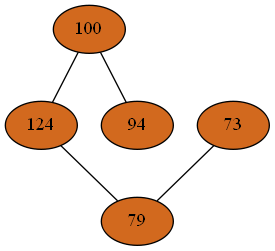
Before: Compiler/24phiGraph.png, a diagram exported from Graphviz (mbajaj92/Project-Astoria). Its source is kept beside it as Compiler/24phiGraph.dot.
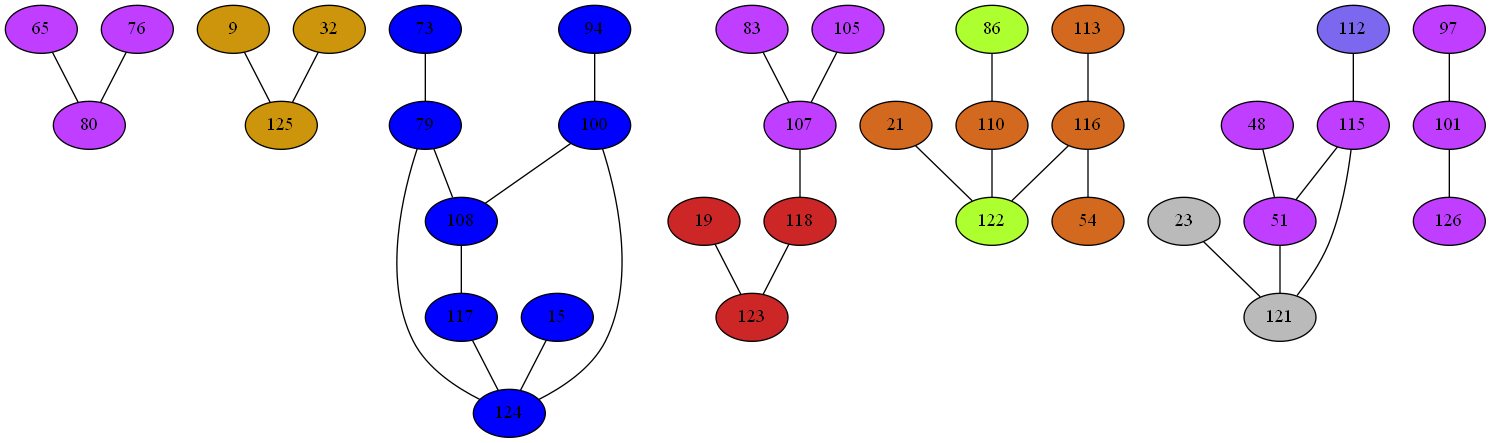
Above is the later version.

The edit, as a diff of the source:
```diff
@@ -1,15 +1,102 @@
 strict graph {
-100[label="100" style=filled fillcolor="chocolate"];
+65[label="65" style=filled fillcolor="darkorchid1"];
+65 -- 80
+9[label="9" style=filled fillcolor="darkgoldenrod3"];
+9 -- 125
+73[label="73" style=filled fillcolor="blue1"];
+73 -- 79
+76[label="76" style=filled fillcolor="darkorchid1"];
+76 -- 80
+15[label="15" style=filled fillcolor="blue1"];
+15 -- 124
+79[label="79" style=filled fillcolor="blue1"];
+79 -- 73
+79 -- 108
+79 -- 124
+80[label="80" style=filled fillcolor="darkorchid1"];
+80 -- 65
+80 -- 76
+19[label="19" style=filled fillcolor="firebrick3"];
+19 -- 123
+83[label="83" style=filled fillcolor="darkorchid1"];
+83 -- 107
+21[label="21" style=filled fillcolor="chocolate"];
+21 -- 122
+86[label="86" style=filled fillcolor="greenyellow"];
+86 -- 110
+23[label="23" style=filled fillcolor="gray73"];
+23 -- 121
+94[label="94" style=filled fillcolor="blue1"];
+94 -- 100
+32[label="32" style=filled fillcolor="darkgoldenrod3"];
+32 -- 125
+97[label="97" style=filled fillcolor="darkorchid1"];
+97 -- 101
+100[label="100" style=filled fillcolor="blue1"];
+100 -- 108
 100 -- 124
 100 -- 94
-73[label="73" style=filled fillcolor="chocolate"];
-73 -- 79
-124[label="124" style=filled fillcolor="chocolate"];
+101[label="101" style=filled fillcolor="darkorchid1"];
+101 -- 97
+101 -- 126
+105[label="105" style=filled fillcolor="darkorchid1"];
+105 -- 107
+107[label="107" style=filled fillcolor="darkorchid1"];
+107 -- 83
+107 -- 118
+107 -- 105
+108[label="108" style=filled fillcolor="blue1"];
+108 -- 100
+108 -- 117
+108 -- 79
+110[label="110" style=filled fillcolor="chocolate"];
+110 -- 86
+110 -- 122
+112[label="112" style=filled fillcolor="mediumslateblue"];
+112 -- 115
+48[label="48" style=filled fillcolor="darkorchid1"];
+48 -- 51
+113[label="113" style=filled fillcolor="chocolate"];
+113 -- 116
+115[label="115" style=filled fillcolor="darkorchid1"];
+115 -- 112
+115 -- 51
+115 -- 121
+51[label="51" style=filled fillcolor="darkorchid1"];
+51 -- 48
+51 -- 115
+51 -- 121
+116[label="116" style=filled fillcolor="chocolate"];
+116 -- 113
+116 -- 54
+116 -- 122
+117[label="117" style=filled fillcolor="blue1"];
+117 -- 124
+117 -- 108
+118[label="118" style=filled fillcolor="firebrick3"];
+118 -- 123
+118 -- 107
+54[label="54" style=filled fillcolor="chocolate"];
+54 -- 116
+121[label="121" style=filled fillcolor="gray73"];
+121 -- 115
+121 -- 51
+121 -- 23
+122[label="122" style=filled fillcolor="greenyellow"];
+122 -- 116
+122 -- 21
+122 -- 110
+123[label="123" style=filled fillcolor="firebrick3"];
+123 -- 19
+123 -- 118
+124[label="124" style=filled fillcolor="blue1"];
 124 -- 100
+124 -- 117
+124 -- 15
 124 -- 79
-94[label="94" style=filled fillcolor="chocolate"];
-94 -- 100
-79[label="79" style=filled fillcolor="chocolate"];
-79 -- 73
-79 -- 124
+125[label="125" style=filled fillcolor="darkgoldenrod3"];
+125 -- 32
+125 -- 9
+126[label="126" style=filled fillcolor="darkorchid1"];
+126 -- 101
 }
```
